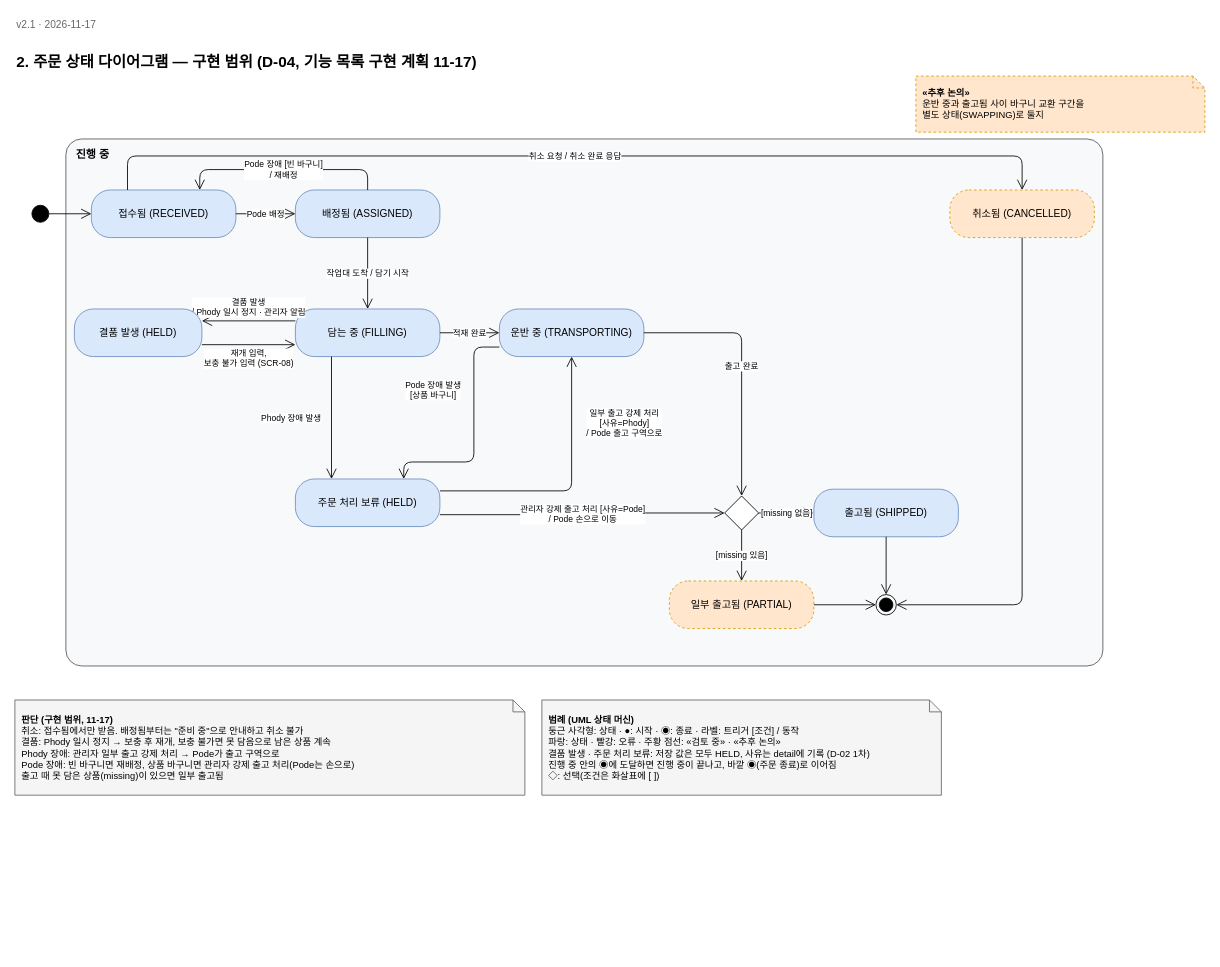
The draw.io diagram page "2. 주문" (3 of 14) of design/diagrams/IFP_다이어그램.drawio in addinedu-roscamp-16th/roscamp-repo-2, before the edit. Source tidied: cells renumbered, new cells numbered last; positions are measured from the earlier drawing's top-left corner, leaving out a move shared by most shapes. Both pictures are drawn from the tidied source at 85%, with x=0, y=0 at pixel (14, 14).
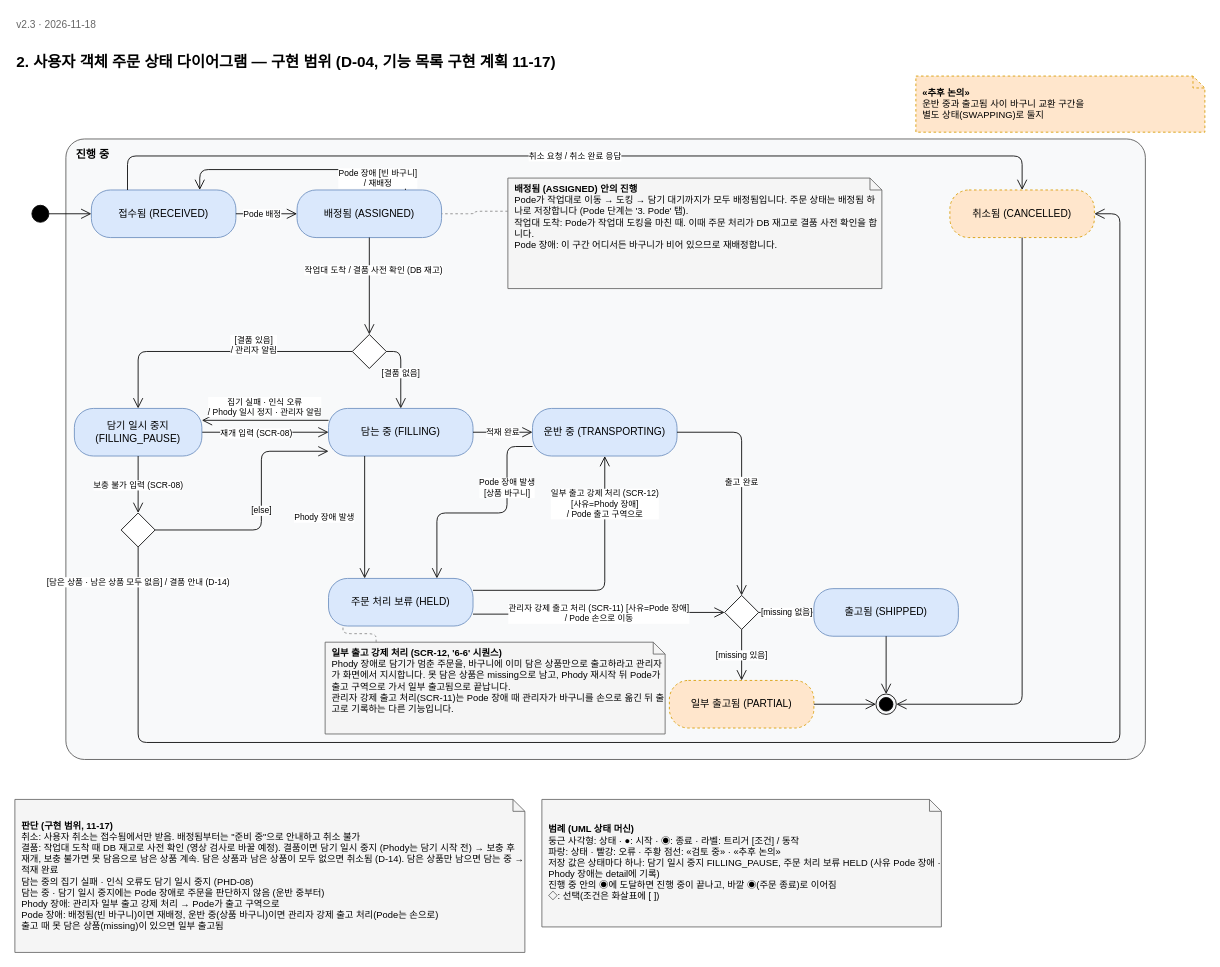
Above is the later version.

Unchanged cells that the change refers to:
```xml
<mxCell id="5" value="접수됨 (RECEIVED)" style="rounded=1;arcSize=40;whiteSpace=wrap;html=1;fillColor=#dae8fc;strokeColor=#6c8ebf;fontSize=12;" parent="1" vertex="1">
  <mxGeometry x="90" y="206" width="170" height="56" as="geometry" />
</mxCell>
<mxCell id="25" value="취소됨 (CANCELLED)" style="rounded=1;arcSize=40;whiteSpace=wrap;html=1;fillColor=#ffe6cc;strokeColor=#d79b00;dashed=1;fontSize=12;" parent="1" vertex="1">
  <mxGeometry x="1100" y="206" width="170" height="56" as="geometry" />
</mxCell>
```

Diff of the diagram source:
```diff
@@
-    <mxCell id="2" value="2. 주문 상태 다이어그램 — 구현 범위 (D-04, 기능 목록 구현 계획 11-17)" style="text;html=1;fontSize=18;fontStyle=1;align=left;verticalAlign=middle;" parent="1" vertex="1">
+    <mxCell id="2" value="2. 사용자 객체 주문 상태 다이어그램 — 구현 범위 (D-04, 기능 목록 구현 계획 11-17)" style="text;html=1;fontSize=18;fontStyle=1;align=left;verticalAlign=middle;" parent="1" vertex="1">
       <mxGeometry y="36" width="1200" height="40" as="geometry" />
     </mxCell>
     <mxCell id="3" value="진행 중" style="rounded=1;arcSize=3;whiteSpace=wrap;html=1;verticalAlign=top;align=left;spacingLeft=10;spacingTop=4;fontStyle=1;fillColor=#f8f9fa;strokeColor=#555555;fontSize=13;" parent="1" vertex="1">
-      <mxGeometry x="60" y="146" width="1220" height="620" as="geometry" />
+      <mxGeometry x="60" y="146" width="1270" height="730" as="geometry" />
     </mxCell>
@@
     <mxCell id="6" value="배정됨 (ASSIGNED)" style="rounded=1;arcSize=40;whiteSpace=wrap;html=1;fillColor=#dae8fc;strokeColor=#6c8ebf;fontSize=12;" parent="1" vertex="1">
-      <mxGeometry x="330" y="206" width="170" height="56" as="geometry" />
+      <mxGeometry x="332" y="206" width="170" height="56" as="geometry" />
     </mxCell>
     <mxCell id="7" value="담는 중 (FILLING)" style="rounded=1;arcSize=40;whiteSpace=wrap;html=1;fillColor=#dae8fc;strokeColor=#6c8ebf;fontSize=12;" parent="1" vertex="1">
-      <mxGeometry x="330" y="346" width="170" height="56" as="geometry" />
+      <mxGeometry x="369" y="463" width="170" height="56" as="geometry" />
     </mxCell>
     <mxCell id="8" value="Pode 장애 발생&lt;br&gt;[상품 바구니]" style="edgeStyle=orthogonalEdgeStyle;rounded=1;html=1;endArrow=open;endSize=10;fontSize=10;labelBackgroundColor=#ffffff;exitX=0;exitY=0.8;exitDx=0;exitDy=0;entryX=0.75;entryY=0;entryDx=0;entryDy=0;" parent="1" edge="1" source="9" target="26">
-      <mxGeometry x="-0.4" relative="1" as="geometry">
+      <mxGeometry x="-0.42" relative="1" as="geometry">
         <Array as="points">
-          <mxPoint x="540" y="390.8" />
-          <mxPoint x="540" y="526" />
-          <mxPoint x="457.5" y="526" />
+          <mxPoint x="579" y="507.8" />
+          <mxPoint x="579" y="586" />
+          <mxPoint x="496.5" y="586" />
         </Array>
-        <mxPoint x="-48" as="offset" />
       </mxGeometry>
     </mxCell>
     <mxCell id="9" value="운반 중 (TRANSPORTING)" style="rounded=1;arcSize=40;whiteSpace=wrap;html=1;fillColor=#dae8fc;strokeColor=#6c8ebf;fontSize=12;" parent="1" vertex="1">
-      <mxGeometry x="570" y="346" width="170" height="56" as="geometry" />
+      <mxGeometry x="609" y="463" width="170" height="56" as="geometry" />
     </mxCell>
     <mxCell id="10" value="출고됨 (SHIPPED)" style="rounded=1;arcSize=40;whiteSpace=wrap;html=1;fillColor=#dae8fc;strokeColor=#6c8ebf;fontSize=12;" parent="1" vertex="1">
-      <mxGeometry x="940" y="558" width="170" height="56" as="geometry" />
+      <mxGeometry x="940" y="675" width="170" height="56" as="geometry" />
     </mxCell>
     <mxCell id="11" style="ellipse;shape=endState;html=1;fillColor=#000000;strokeColor=#000000;" parent="1" vertex="1">
-      <mxGeometry x="1013" y="682" width="24" height="24" as="geometry" />
+      <mxGeometry x="1013" y="799" width="24" height="24" as="geometry" />
     </mxCell>
     <mxCell id="12" value="일부 출고됨 (PARTIAL)" style="rounded=1;arcSize=40;whiteSpace=wrap;html=1;fillColor=#ffe6cc;strokeColor=#d79b00;dashed=1;fontSize=12;" parent="1" vertex="1">
-      <mxGeometry x="770" y="666" width="170" height="56" as="geometry" />
+      <mxGeometry x="770" y="783" width="170" height="56" as="geometry" />
     </mxCell>
@@
     <mxCell id="14" value="Pode 배정" style="edgeStyle=orthogonalEdgeStyle;rounded=1;html=1;endArrow=open;endSize=10;fontSize=10;labelBackgroundColor=#ffffff;exitX=1;exitY=0.5;exitDx=0;exitDy=0;entryX=0;entryY=0.5;entryDx=0;entryDy=0;" parent="1" edge="1" source="5" target="6">
-      <mxGeometry relative="1" as="geometry" />
+      <mxGeometry x="-0.15" relative="1" as="geometry" />
     </mxCell>
-    <mxCell id="15" value="작업대 도착 / 담기 시작" style="edgeStyle=orthogonalEdgeStyle;rounded=1;html=1;endArrow=open;endSize=10;fontSize=10;labelBackgroundColor=#ffffff;exitX=0.5;exitY=1;exitDx=0;exitDy=0;entryX=0.5;entryY=0;entryDx=0;entryDy=0;" parent="1" edge="1" source="6" target="7">
-      <mxGeometry relative="1" as="geometry" />
+    <mxCell id="15" value="작업대 도착 / 결품 사전 확인 (DB 재고)" style="edgeStyle=orthogonalEdgeStyle;rounded=1;html=1;endArrow=open;endSize=10;fontSize=10;labelBackgroundColor=#ffffff;exitX=0.5;exitY=1;exitDx=0;exitDy=0;entryX=0.5;entryY=0;entryDx=0;entryDy=0;" parent="1" edge="1" source="6" target="42">
+      <mxGeometry x="-0.33" y="5" relative="1" as="geometry" />
     </mxCell>
@@
-    <mxCell id="17" value="Pode 장애 [빈 바구니]&lt;br&gt;/ 재배정" style="edgeStyle=orthogonalEdgeStyle;rounded=1;html=1;endArrow=open;endSize=10;fontSize=10;labelBackgroundColor=#ffffff;exitX=0.5;exitY=0;exitDx=0;exitDy=0;entryX=0.75;entryY=0;entryDx=0;entryDy=0;" parent="1" edge="1" source="6" target="5">
-      <mxGeometry relative="1" as="geometry">
+    <mxCell id="17" value="Pode 장애 [빈 바구니]&lt;br&gt;/ 재배정" style="edgeStyle=orthogonalEdgeStyle;rounded=1;html=1;endArrow=open;endSize=10;fontSize=10;labelBackgroundColor=#ffffff;entryX=0.75;entryY=0;entryDx=0;entryDy=0;exitX=0.75;exitY=0;exitDx=0;exitDy=0;" parent="1" edge="1" source="6" target="5">
+      <mxGeometry x="-0.61" y="10" relative="1" as="geometry">
         <Array as="points">
-          <mxPoint x="415" y="182" />
+          <mxPoint x="459.5" y="182" />
           <mxPoint x="217.5" y="182" />
         </Array>
       </mxGeometry>
     </mxCell>
-    <mxCell id="18" value="결품 발생&lt;br&gt;/ Phody 일시 정지 · 관리자 알림" style="edgeStyle=orthogonalEdgeStyle;rounded=1;html=1;endArrow=open;endSize=10;fontSize=10;labelBackgroundColor=#ffffff;exitX=0;exitY=0.25;exitDx=0;exitDy=0;entryX=1;entryY=0.25;entryDx=0;entryDy=0;" parent="1" edge="1" source="7" target="24">
+    <mxCell id="18" value="집기 실패 · 인식 오류&lt;br&gt;/ Phody 일시 정지 · 관리자 알림" style="edgeStyle=orthogonalEdgeStyle;rounded=1;html=1;endArrow=open;endSize=10;fontSize=10;labelBackgroundColor=#ffffff;exitX=0;exitY=0.25;exitDx=0;exitDy=0;entryX=1;entryY=0.25;entryDx=0;entryDy=0;" parent="1" edge="1" source="7" target="24">
       <mxGeometry relative="1" as="geometry">
         <mxPoint y="-16" as="offset" />
       </mxGeometry>
     </mxCell>
-    <mxCell id="19" value="재개 입력,&lt;br&gt;보충 불가 입력 (SCR-08)" style="edgeStyle=orthogonalEdgeStyle;rounded=1;html=1;endArrow=open;endSize=10;fontSize=10;labelBackgroundColor=#ffffff;exitX=1;exitY=0.75;exitDx=0;exitDy=0;entryX=0;entryY=0.75;entryDx=0;entryDy=0;" parent="1" edge="1" source="24" target="7">
-      <mxGeometry relative="1" as="geometry">
-        <mxPoint y="16" as="offset" />
-      </mxGeometry>
+    <mxCell id="19" value="재개 입력 (SCR-08)" style="edgeStyle=orthogonalEdgeStyle;rounded=1;html=1;endArrow=open;endSize=10;fontSize=10;labelBackgroundColor=#ffffff;exitX=1;exitY=0.5;exitDx=0;exitDy=0;entryX=0;entryY=0.5;entryDx=0;entryDy=0;" parent="1" edge="1" source="24" target="7">
+      <mxGeometry x="-0.14" y="-1" relative="1" as="geometry" />
     </mxCell>
@@
-    <mxCell id="22" value="&lt;b&gt;판단 (구현 범위, 11-17)&lt;/b&gt;&lt;br&gt;취소: 접수됨에서만 받음. 배정됨부터는 &quot;준비 중&quot;으로 안내하고 취소 불가&lt;br&gt;결품: Phody 일시 정지 → 보충 후 재개, 보충 불가면 못 담음으로 남은 상품 계속&lt;br&gt;Phody 장애: 관리자 일부 출고 강제 처리 → Pode가 출고 구역으로&lt;br&gt;Pode 장애: 빈 바구니면 재배정, 상품 바구니면 관리자 강제 출고 처리(Pode는 손으로)&lt;br&gt;출고 때 못 담은 상품(missing)이 있으면 일부 출고됨" style="shape=note;size=14;whiteSpace=wrap;html=1;fillColor=#f5f5f5;strokeColor=#666666;fontSize=11;align=left;spacingLeft=6;" parent="1" vertex="1">
-      <mxGeometry y="806" width="600" height="112" as="geometry" />
+    <mxCell id="22" value="&lt;b&gt;판단 (구현 범위, 11-17)&lt;/b&gt;&lt;br&gt;취소: 사용자 취소는 접수됨에서만 받음. 배정됨부터는 &quot;준비 중&quot;으로 안내하고 취소 불가&lt;br&gt;결품: 작업대 도착 때 DB 재고로 사전 확인 (영상 검사로 바꿀 예정). 결품이면 담기 일시 중지 (Phody는 담기 시작 전) → 보충 후 재개, 보충 불가면 못 담음으로 남은 상품 계속. 담은 상품과 남은 상품이 모두 없으면 취소됨 (D-14). 담은 상품만 남으면 담는 중 → 적재 완료&lt;br&gt;담는 중의 집기 실패 · 인식 오류도 담기 일시 중지 (PHD-08)&lt;br&gt;담는 중 · 담기 일시 중지에는 Pode 장애로 주문을 판단하지 않음 (운반 중부터)&lt;br&gt;Phody 장애: 관리자 일부 출고 강제 처리 → Pode가 출고 구역으로&lt;br&gt;Pode 장애: 배정됨(빈 바구니)이면 재배정, 운반 중(상품 바구니)이면 관리자 강제 출고 처리(Pode는 손으로)&lt;br&gt;출고 때 못 담은 상품(missing)이 있으면 일부 출고됨" style="shape=note;size=14;whiteSpace=wrap;html=1;fillColor=#f5f5f5;strokeColor=#666666;fontSize=11;align=left;spacingLeft=6;" parent="1" vertex="1">
+      <mxGeometry y="923" width="600" height="180" as="geometry" />
     </mxCell>
-    <mxCell id="23" value="&lt;b&gt;범례 (UML 상태 머신)&lt;/b&gt;&lt;br&gt;둥근 사각형: 상태 · ●: 시작 · ◉: 종료 · 라벨: 트리거 [조건] / 동작&lt;br&gt;파랑: 상태 · 빨강: 오류 · 주황 점선: «검토 중» · «추후 논의»&lt;br&gt;결품 발생 · 주문 처리 보류: 저장 값은 모두 HELD, 사유는 detail에 기록 (D-02 1차)&lt;br&gt;진행 중 안의 ◉에 도달하면 진행 중이 끝나고, 바깥 ◉(주문 종료)로 이어짐&lt;br&gt;◇: 선택(조건은 화살표에 [ ])" style="shape=note;size=14;whiteSpace=wrap;html=1;fillColor=#f5f5f5;strokeColor=#666666;fontSize=11;align=left;spacingLeft=6;" parent="1" vertex="1">
-      <mxGeometry x="620" y="806" width="470" height="112" as="geometry" />
+    <mxCell id="23" value="&lt;b&gt;범례 (UML 상태 머신)&lt;/b&gt;&lt;br&gt;둥근 사각형: 상태 · ●: 시작 · ◉: 종료 · 라벨: 트리거 [조건] / 동작&lt;br&gt;파랑: 상태 · 빨강: 오류 · 주황 점선: «검토 중» · «추후 논의»&lt;br&gt;저장 값은 상태마다 하나: 담기 일시 중지 FILLING_PAUSE, 주문 처리 보류 HELD (사유 Pode 장애 · Phody 장애는 detail에 기록)&lt;br&gt;진행 중 안의 ◉에 도달하면 진행 중이 끝나고, 바깥 ◉(주문 종료)로 이어짐&lt;br&gt;◇: 선택(조건은 화살표에 [ ])" style="shape=note;size=14;whiteSpace=wrap;html=1;fillColor=#f5f5f5;strokeColor=#666666;fontSize=11;align=left;spacingLeft=6;" parent="1" vertex="1">
+      <mxGeometry x="620" y="923" width="470" height="150" as="geometry" />
     </mxCell>
-    <mxCell id="24" value="결품 발생 (HELD)" style="rounded=1;arcSize=40;whiteSpace=wrap;html=1;fillColor=#dae8fc;strokeColor=#6c8ebf;fontSize=12;" parent="1" vertex="1">
-      <mxGeometry x="70" y="346" width="150" height="56" as="geometry" />
+    <mxCell id="24" value="담기 일시 중지 (FILLING_PAUSE)" style="rounded=1;arcSize=40;whiteSpace=wrap;html=1;fillColor=#dae8fc;strokeColor=#6c8ebf;fontSize=12;" parent="1" vertex="1">
+      <mxGeometry x="70" y="463" width="150" height="56" as="geometry" />
     </mxCell>
@@
     <mxCell id="26" value="주문 처리 보류 (HELD)" style="rounded=1;arcSize=40;whiteSpace=wrap;html=1;fillColor=#dae8fc;strokeColor=#6c8ebf;fontSize=12;" parent="1" vertex="1">
-      <mxGeometry x="330" y="546" width="170" height="56" as="geometry" />
+      <mxGeometry x="369" y="663" width="170" height="56" as="geometry" />
     </mxCell>
-    <mxCell id="27" value="v2.1 · 2026-11-17" style="text;html=1;fontSize=12;fontColor=#666666;align=left;verticalAlign=middle;" parent="1" vertex="1">
+    <mxCell id="27" value="v2.3 · 2026-11-18" style="text;html=1;fontSize=12;fontColor=#666666;align=left;verticalAlign=middle;" parent="1" vertex="1">
       <mxGeometry width="200" height="24" as="geometry" />
     </mxCell>
     <mxCell id="28" style="rhombus;html=1;fillColor=#ffffff;strokeColor=#000000;" parent="1" vertex="1">
-      <mxGeometry x="835" y="566" width="40" height="40" as="geometry" />
+      <mxGeometry x="835" y="683" width="40" height="40" as="geometry" />
     </mxCell>
@@
     <mxCell id="30" value="출고 완료" style="edgeStyle=orthogonalEdgeStyle;rounded=1;html=1;endArrow=open;endSize=10;fontSize=10;labelBackgroundColor=#ffffff;exitX=1;exitY=0.5;exitDx=0;exitDy=0;entryX=0.5;entryY=0;entryDx=0;entryDy=0;" parent="1" edge="1" source="9" target="28">
       <mxGeometry relative="1" as="geometry">
         <Array as="points">
-          <mxPoint x="855" y="374" />
+          <mxPoint x="855" y="491" />
         </Array>
       </mxGeometry>
     </mxCell>
-    <mxCell id="31" value="관리자 강제 출고 처리 [사유=Pode]&lt;br&gt;/ Pode 손으로 이동" style="edgeStyle=orthogonalEdgeStyle;rounded=1;html=1;endArrow=open;endSize=10;fontSize=10;labelBackgroundColor=#ffffff;exitX=1;exitY=0.75;exitDx=0;exitDy=0;entryX=0;entryY=0.5;entryDx=0;entryDy=0;" parent="1" edge="1" source="26" target="28">
+    <mxCell id="31" value="관리자 강제 출고 처리 (SCR-11) [사유=Pode 장애]&lt;br&gt;/ Pode 손으로 이동" style="edgeStyle=orthogonalEdgeStyle;rounded=1;html=1;endArrow=open;endSize=10;fontSize=10;labelBackgroundColor=#ffffff;exitX=1;exitY=0.75;exitDx=0;exitDy=0;entryX=0;entryY=0.5;entryDx=0;entryDy=0;" parent="1" edge="1" source="26" target="28">
       <mxGeometry relative="1" as="geometry" />
     </mxCell>
-    <mxCell id="32" value="일부 출고 강제 처리&lt;br&gt;[사유=Phody]&lt;br&gt;/ Pode 출고 구역으로" style="edgeStyle=orthogonalEdgeStyle;rounded=1;html=1;endArrow=open;endSize=10;fontSize=10;labelBackgroundColor=#ffffff;exitX=1;exitY=0.25;exitDx=0;exitDy=0;entryX=0.5;entryY=1;entryDx=0;entryDy=0;" parent="1" edge="1" source="26" target="9">
-      <mxGeometry x="0.5" relative="1" as="geometry">
+    <mxCell id="32" value="일부 출고 강제 처리 (SCR-12)&lt;br&gt;[사유=Phody 장애]&lt;br&gt;/ Pode 출고 구역으로" style="edgeStyle=orthogonalEdgeStyle;rounded=1;html=1;endArrow=open;endSize=10;fontSize=10;labelBackgroundColor=#ffffff;exitX=1;exitY=0.25;exitDx=0;exitDy=0;entryX=0.5;entryY=1;entryDx=0;entryDy=0;" parent="1" edge="1" source="26" target="9">
+      <mxGeometry x="0.64" relative="1" as="geometry">
         <Array as="points">
-          <mxPoint x="655" y="560" />
+          <mxPoint x="694" y="677" />
         </Array>
-        <mxPoint x="62" as="offset" />
       </mxGeometry>
     </mxCell>
@@
     <mxCell id="37" style="edgeStyle=orthogonalEdgeStyle;rounded=1;html=1;endArrow=open;endSize=10;fontSize=10;labelBackgroundColor=#ffffff;exitX=0.5;exitY=1;exitDx=0;exitDy=0;entryX=1;entryY=0.5;entryDx=0;entryDy=0;" parent="1" edge="1" source="25" target="11">
-      <mxGeometry relative="1" as="geometry">
-        <Array as="points">
-          <mxPoint x="1185" y="694" />
-        </Array>
-      </mxGeometry>
+      <mxGeometry relative="1" as="geometry" />
     </mxCell>
-    <mxCell id="38" value="&amp;nbsp;" style="text;whiteSpace=wrap;html=1;" parent="1" vertex="1">
-      <mxGeometry x="670" y="436" width="40" height="40" as="geometry" />
-    </mxCell>
+    <mxCell id="39" value="[결품 있음]&lt;br&gt;/ 관리자 알림" style="edgeStyle=orthogonalEdgeStyle;rounded=1;html=1;endArrow=open;endSize=10;fontSize=10;labelBackgroundColor=#ffffff;exitX=0;exitY=0.5;exitDx=0;exitDy=0;" parent="1" edge="1" source="42" target="24">
+      <mxGeometry x="-0.27" y="-8" relative="1" as="geometry" />
+    </mxCell>
+    <mxCell id="40" value="[결품 없음]" style="edgeStyle=orthogonalEdgeStyle;rounded=1;html=1;endArrow=open;endSize=10;fontSize=10;labelBackgroundColor=#ffffff;entryX=0.5;entryY=0;entryDx=0;entryDy=0;exitX=1;exitY=0.5;exitDx=0;exitDy=0;" parent="1" edge="1" source="42" target="7">
+      <mxGeometry relative="1" as="geometry" />
+    </mxCell>
+    <mxCell id="41" value="[담은 상품 · 남은 상품 모두 없음] / 결품 안내 (D-14)" style="edgeStyle=orthogonalEdgeStyle;rounded=1;html=1;endArrow=open;endSize=10;fontSize=10;labelBackgroundColor=#ffffff;entryX=1;entryY=0.5;entryDx=0;entryDy=0;exitX=0.5;exitY=1;exitDx=0;exitDy=0;" parent="1" edge="1" source="43" target="25">
+      <mxGeometry x="-0.96" relative="1" as="geometry">
+        <Array as="points">
+          <mxPoint x="145" y="856" />
+          <mxPoint x="1300" y="856" />
+          <mxPoint x="1300" y="234" />
+        </Array>
+      </mxGeometry>
+    </mxCell>
+    <mxCell id="42" style="rhombus;html=1;fillColor=#ffffff;strokeColor=#000000;" parent="1" vertex="1">
+      <mxGeometry x="397" y="376" width="40" height="40" as="geometry" />
+    </mxCell>
+    <mxCell id="43" style="rhombus;html=1;fillColor=#ffffff;strokeColor=#000000;" parent="1" vertex="1">
+      <mxGeometry x="125" y="586" width="40" height="40" as="geometry" />
+    </mxCell>
+    <mxCell id="44" value="보충 불가 입력 (SCR-08)" style="edgeStyle=orthogonalEdgeStyle;rounded=1;html=1;endArrow=open;endSize=10;fontSize=10;labelBackgroundColor=#ffffff;exitX=0.5;exitY=1;exitDx=0;exitDy=0;entryX=0.5;entryY=0;entryDx=0;entryDy=0;" parent="1" edge="1" source="24" target="43">
+      <mxGeometry relative="1" as="geometry" />
+    </mxCell>
+    <mxCell id="45" value="[else]" style="edgeStyle=orthogonalEdgeStyle;rounded=1;html=1;endArrow=open;endSize=10;fontSize=10;labelBackgroundColor=#ffffff;exitX=1;exitY=0.5;exitDx=0;exitDy=0;entryX=0;entryY=0.9;entryDx=0;entryDy=0;" parent="1" edge="1" source="43" target="7">
+      <mxGeometry relative="1" as="geometry">
+        <Array as="points">
+          <mxPoint x="290" y="606" />
+          <mxPoint x="290" y="513.4" />
+        </Array>
+      </mxGeometry>
+    </mxCell>
+    <mxCell id="46" value="&lt;b&gt;배정됨 (ASSIGNED) 안의 진행&lt;/b&gt;&lt;br&gt;Pode가 작업대로 이동 → 도킹 → 담기 대기까지가 모두 배정됨입니다. 주문 상태는 배정됨 하나로 저장합니다 (Pode 단계는 '3. Pode' 탭).&lt;br&gt;작업대 도착: Pode가 작업대 도킹을 마친 때. 이때 주문 처리가 DB 재고로 결품 사전 확인을 합니다.&lt;br&gt;Pode 장애: 이 구간 어디서든 바구니가 비어 있으므로 재배정합니다." style="shape=note;size=14;whiteSpace=wrap;html=1;fillColor=#f5f5f5;strokeColor=#666666;fontSize=11;align=left;spacingLeft=6;verticalAlign=top;" parent="1" vertex="1">
+      <mxGeometry x="580" y="192" width="440" height="130" as="geometry" />
+    </mxCell>
+    <mxCell id="47" style="edgeStyle=orthogonalEdgeStyle;rounded=1;html=1;endArrow=open;endSize=10;fontSize=10;labelBackgroundColor=#ffffff;endArrow=none;dashed=1;html=1;strokeColor=#888888;exitX=0;exitY=0.3;exitDx=0;exitDy=0;entryX=1;entryY=0.5;entryDx=0;entryDy=0;" parent="1" edge="1" source="46" target="6">
+      <mxGeometry relative="1" as="geometry" />
+    </mxCell>
+    <mxCell id="48" value="&lt;b&gt;일부 출고 강제 처리 (SCR-12, '6-6' 시퀀스)&lt;/b&gt;&lt;br&gt;Phody 장애로 담기가 멈춘 주문을, 바구니에 이미 담은 상품만으로 출고하라고 관리자가 화면에서 지시합니다. 못 담은 상품은 missing으로 남고, Phody 재시작 뒤 Pode가 출고 구역으로 가서 일부 출고됨으로 끝납니다.&lt;br&gt;관리자 강제 출고 처리(SCR-11)는 Pode 장애 때 관리자가 바구니를 손으로 옮긴 뒤 출고로 기록하는 다른 기능입니다." style="shape=note;size=14;whiteSpace=wrap;html=1;fillColor=#f5f5f5;strokeColor=#666666;fontSize=11;align=left;spacingLeft=6;verticalAlign=top;" parent="1" vertex="1">
+      <mxGeometry x="365" y="738" width="400" height="108" as="geometry" />
+    </mxCell>
+    <mxCell id="49" style="edgeStyle=orthogonalEdgeStyle;rounded=1;html=1;endArrow=open;endSize=10;fontSize=10;labelBackgroundColor=#ffffff;endArrow=none;dashed=1;html=1;strokeColor=#888888;exitX=0.15;exitY=0;exitDx=0;exitDy=0;entryX=0.1;entryY=1;entryDx=0;entryDy=0;" parent="1" edge="1" source="48" target="26">
+      <mxGeometry relative="1" as="geometry" />
+    </mxCell>
```
